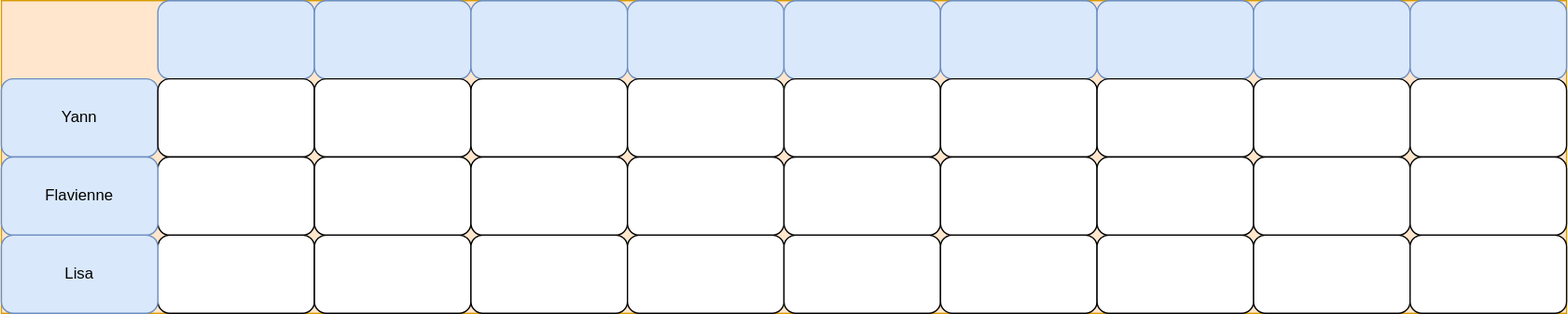
The draw.io diagram planning.svg in UchatOrg/guideline, before a commit. Source tidied: cells renumbered, new cells last; positions are measured from the earlier drawing's top-left corner, leaving out a move shared by most shapes.
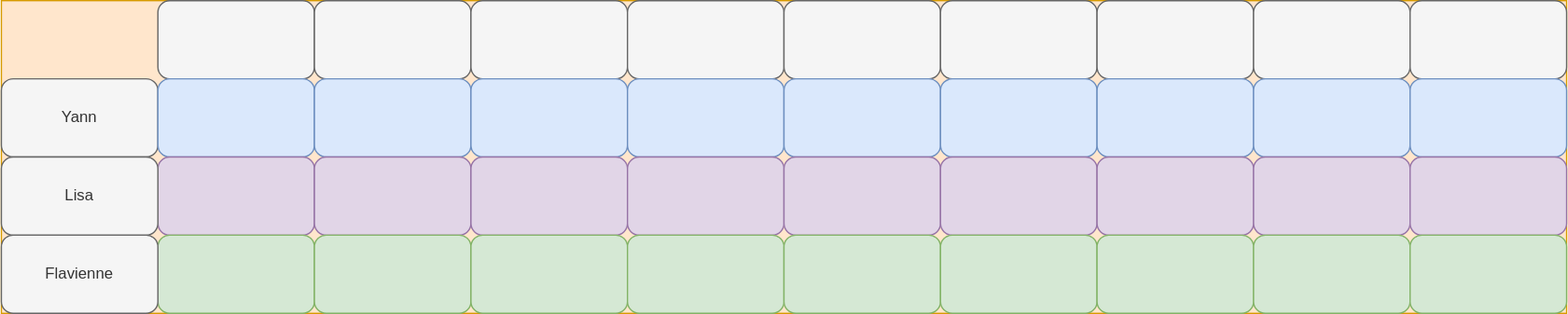
After the commit.

Change to the diagram source:
```diff
@@ -5,121 +5,121 @@
     <mxCell id="2" style="rounded=0;whiteSpace=wrap;html=1;fillColor=#ffe6cc;strokeColor=#d79b00;" parent="1" vertex="1">
       <mxGeometry width="1200" height="240" as="geometry" />
     </mxCell>
-    <mxCell id="3" style="rounded=1;whiteSpace=wrap;html=1;fillColor=#dae8fc;strokeColor=#6c8ebf;" parent="1" vertex="1">
+    <mxCell id="3" style="rounded=1;whiteSpace=wrap;html=1;fillColor=#f5f5f5;strokeColor=#666666;fontColor=#333333;" parent="1" vertex="1">
       <mxGeometry x="120" width="120" height="60" as="geometry" />
     </mxCell>
-    <mxCell id="4" style="rounded=1;whiteSpace=wrap;html=1;fillColor=#dae8fc;strokeColor=#6c8ebf;" parent="1" vertex="1">
+    <mxCell id="4" style="rounded=1;whiteSpace=wrap;html=1;fillColor=#f5f5f5;strokeColor=#666666;fontColor=#333333;" parent="1" vertex="1">
       <mxGeometry x="240" width="120" height="60" as="geometry" />
     </mxCell>
-    <mxCell id="5" style="rounded=1;whiteSpace=wrap;html=1;fillColor=#dae8fc;strokeColor=#6c8ebf;" parent="1" vertex="1">
+    <mxCell id="5" style="rounded=1;whiteSpace=wrap;html=1;fillColor=#f5f5f5;strokeColor=#666666;fontColor=#333333;" parent="1" vertex="1">
       <mxGeometry x="360" width="120" height="60" as="geometry" />
     </mxCell>
-    <mxCell id="6" style="rounded=1;whiteSpace=wrap;html=1;fillColor=#dae8fc;strokeColor=#6c8ebf;" parent="1" vertex="1">
+    <mxCell id="6" style="rounded=1;whiteSpace=wrap;html=1;fillColor=#f5f5f5;strokeColor=#666666;fontColor=#333333;" parent="1" vertex="1">
       <mxGeometry x="480" width="120" height="60" as="geometry" />
     </mxCell>
-    <mxCell id="7" style="rounded=1;whiteSpace=wrap;html=1;fillColor=#dae8fc;strokeColor=#6c8ebf;" parent="1" vertex="1">
+    <mxCell id="7" style="rounded=1;whiteSpace=wrap;html=1;fillColor=#f5f5f5;strokeColor=#666666;fontColor=#333333;" parent="1" vertex="1">
       <mxGeometry x="600" width="120" height="60" as="geometry" />
     </mxCell>
-    <mxCell id="8" value="Yann" style="rounded=1;whiteSpace=wrap;html=1;fillColor=#dae8fc;strokeColor=#6c8ebf;" parent="1" vertex="1">
+    <mxCell id="8" value="Yann" style="rounded=1;whiteSpace=wrap;html=1;fillColor=#f5f5f5;strokeColor=#666666;fontColor=#333333;" parent="1" vertex="1">
       <mxGeometry y="60" width="120" height="60" as="geometry" />
     </mxCell>
-    <mxCell id="9" style="rounded=1;whiteSpace=wrap;html=1;" parent="1" vertex="1">
+    <mxCell id="9" style="rounded=1;whiteSpace=wrap;html=1;fillColor=#dae8fc;strokeColor=#6c8ebf;" parent="1" vertex="1">
       <mxGeometry x="120" y="60" width="120" height="60" as="geometry" />
     </mxCell>
-    <mxCell id="10" style="rounded=1;whiteSpace=wrap;html=1;" parent="1" vertex="1">
+    <mxCell id="10" style="rounded=1;whiteSpace=wrap;html=1;fillColor=#dae8fc;strokeColor=#6c8ebf;" parent="1" vertex="1">
       <mxGeometry x="240" y="60" width="120" height="60" as="geometry" />
     </mxCell>
-    <mxCell id="11" style="rounded=1;whiteSpace=wrap;html=1;" parent="1" vertex="1">
+    <mxCell id="11" style="rounded=1;whiteSpace=wrap;html=1;fillColor=#dae8fc;strokeColor=#6c8ebf;" parent="1" vertex="1">
       <mxGeometry x="360" y="60" width="120" height="60" as="geometry" />
     </mxCell>
-    <mxCell id="12" style="rounded=1;whiteSpace=wrap;html=1;" parent="1" vertex="1">
+    <mxCell id="12" style="rounded=1;whiteSpace=wrap;html=1;fillColor=#dae8fc;strokeColor=#6c8ebf;" parent="1" vertex="1">
       <mxGeometry x="480" y="60" width="120" height="60" as="geometry" />
     </mxCell>
-    <mxCell id="13" style="rounded=1;whiteSpace=wrap;html=1;" parent="1" vertex="1">
+    <mxCell id="13" style="rounded=1;whiteSpace=wrap;html=1;fillColor=#e1d5e7;strokeColor=#9673a6;" parent="1" vertex="1">
       <mxGeometry x="120" y="120" width="120" height="60" as="geometry" />
     </mxCell>
-    <mxCell id="14" style="rounded=1;whiteSpace=wrap;html=1;" parent="1" vertex="1">
+    <mxCell id="14" style="rounded=1;whiteSpace=wrap;html=1;fillColor=#e1d5e7;strokeColor=#9673a6;" parent="1" vertex="1">
       <mxGeometry x="240" y="120" width="120" height="60" as="geometry" />
     </mxCell>
-    <mxCell id="15" style="rounded=1;whiteSpace=wrap;html=1;" parent="1" vertex="1">
+    <mxCell id="15" style="rounded=1;whiteSpace=wrap;html=1;fillColor=#d5e8d4;strokeColor=#82b366;" parent="1" vertex="1">
       <mxGeometry x="120" y="180" width="120" height="60" as="geometry" />
     </mxCell>
-    <mxCell id="16" style="rounded=1;whiteSpace=wrap;html=1;" parent="1" vertex="1">
+    <mxCell id="16" style="rounded=1;whiteSpace=wrap;html=1;fillColor=#d5e8d4;strokeColor=#82b366;" parent="1" vertex="1">
       <mxGeometry x="240" y="180" width="120" height="60" as="geometry" />
     </mxCell>
-    <mxCell id="17" style="rounded=1;whiteSpace=wrap;html=1;" parent="1" vertex="1">
+    <mxCell id="17" style="rounded=1;whiteSpace=wrap;html=1;fillColor=#dae8fc;strokeColor=#6c8ebf;" parent="1" vertex="1">
       <mxGeometry x="600" y="60" width="120" height="60" as="geometry" />
     </mxCell>
-    <mxCell id="18" value="Flavienne" style="rounded=1;whiteSpace=wrap;html=1;fillColor=#dae8fc;strokeColor=#6c8ebf;" parent="1" vertex="1">
+    <mxCell id="18" value="Lisa" style="rounded=1;whiteSpace=wrap;html=1;fillColor=#f5f5f5;strokeColor=#666666;fontColor=#333333;" parent="1" vertex="1">
       <mxGeometry y="120" width="120" height="60" as="geometry" />
     </mxCell>
-    <mxCell id="19" style="rounded=1;whiteSpace=wrap;html=1;" parent="1" vertex="1">
+    <mxCell id="19" style="rounded=1;whiteSpace=wrap;html=1;fillColor=#e1d5e7;strokeColor=#9673a6;" parent="1" vertex="1">
       <mxGeometry x="360" y="120" width="120" height="60" as="geometry" />
     </mxCell>
-    <mxCell id="20" style="rounded=1;whiteSpace=wrap;html=1;" parent="1" vertex="1">
+    <mxCell id="20" style="rounded=1;whiteSpace=wrap;html=1;fillColor=#e1d5e7;strokeColor=#9673a6;" parent="1" vertex="1">
       <mxGeometry x="480" y="120" width="120" height="60" as="geometry" />
     </mxCell>
-    <mxCell id="21" style="rounded=1;whiteSpace=wrap;html=1;" parent="1" vertex="1">
+    <mxCell id="21" style="rounded=1;whiteSpace=wrap;html=1;fillColor=#e1d5e7;strokeColor=#9673a6;" parent="1" vertex="1">
       <mxGeometry x="600" y="120" width="120" height="60" as="geometry" />
     </mxCell>
-    <mxCell id="22" style="rounded=1;whiteSpace=wrap;html=1;" parent="1" vertex="1">
+    <mxCell id="22" style="rounded=1;whiteSpace=wrap;html=1;fillColor=#d5e8d4;strokeColor=#82b366;" parent="1" vertex="1">
       <mxGeometry x="360" y="180" width="120" height="60" as="geometry" />
     </mxCell>
-    <mxCell id="23" style="rounded=1;whiteSpace=wrap;html=1;" parent="1" vertex="1">
+    <mxCell id="23" style="rounded=1;whiteSpace=wrap;html=1;fillColor=#d5e8d4;strokeColor=#82b366;" parent="1" vertex="1">
       <mxGeometry x="480" y="180" width="120" height="60" as="geometry" />
     </mxCell>
-    <mxCell id="24" style="rounded=1;whiteSpace=wrap;html=1;" parent="1" vertex="1">
+    <mxCell id="24" style="rounded=1;whiteSpace=wrap;html=1;fillColor=#d5e8d4;strokeColor=#82b366;" parent="1" vertex="1">
       <mxGeometry x="600" y="180" width="120" height="60" as="geometry" />
     </mxCell>
-    <mxCell id="25" value="Lisa" style="rounded=1;whiteSpace=wrap;html=1;fillColor=#dae8fc;strokeColor=#6c8ebf;" parent="1" vertex="1">
+    <mxCell id="25" value="Flavienne" style="rounded=1;whiteSpace=wrap;html=1;fillColor=#f5f5f5;strokeColor=#666666;fontColor=#333333;" parent="1" vertex="1">
       <mxGeometry y="180" width="120" height="60" as="geometry" />
     </mxCell>
-    <mxCell id="26" style="rounded=1;whiteSpace=wrap;html=1;fillColor=#dae8fc;strokeColor=#6c8ebf;" parent="1" vertex="1">
+    <mxCell id="26" style="rounded=1;whiteSpace=wrap;html=1;fillColor=#f5f5f5;strokeColor=#666666;fontColor=#333333;" parent="1" vertex="1">
       <mxGeometry x="720" width="120" height="60" as="geometry" />
     </mxCell>
-    <mxCell id="27" style="rounded=1;whiteSpace=wrap;html=1;" parent="1" vertex="1">
+    <mxCell id="27" style="rounded=1;whiteSpace=wrap;html=1;fillColor=#dae8fc;strokeColor=#6c8ebf;" parent="1" vertex="1">
       <mxGeometry x="720" y="60" width="120" height="60" as="geometry" />
     </mxCell>
-    <mxCell id="28" style="rounded=1;whiteSpace=wrap;html=1;" parent="1" vertex="1">
+    <mxCell id="28" style="rounded=1;whiteSpace=wrap;html=1;fillColor=#e1d5e7;strokeColor=#9673a6;" parent="1" vertex="1">
       <mxGeometry x="720" y="120" width="120" height="60" as="geometry" />
     </mxCell>
-    <mxCell id="29" style="rounded=1;whiteSpace=wrap;html=1;" parent="1" vertex="1">
+    <mxCell id="29" style="rounded=1;whiteSpace=wrap;html=1;fillColor=#d5e8d4;strokeColor=#82b366;" parent="1" vertex="1">
       <mxGeometry x="720" y="180" width="120" height="60" as="geometry" />
     </mxCell>
-    <mxCell id="30" style="rounded=1;whiteSpace=wrap;html=1;fillColor=#dae8fc;strokeColor=#6c8ebf;" parent="1" vertex="1">
+    <mxCell id="30" style="rounded=1;whiteSpace=wrap;html=1;fillColor=#f5f5f5;strokeColor=#666666;fontColor=#333333;" parent="1" vertex="1">
       <mxGeometry x="840" width="120" height="60" as="geometry" />
     </mxCell>
-    <mxCell id="31" style="rounded=1;whiteSpace=wrap;html=1;fillColor=#dae8fc;strokeColor=#6c8ebf;" parent="1" vertex="1">
+    <mxCell id="31" style="rounded=1;whiteSpace=wrap;html=1;fillColor=#f5f5f5;strokeColor=#666666;fontColor=#333333;" parent="1" vertex="1">
       <mxGeometry x="960" width="120" height="60" as="geometry" />
     </mxCell>
-    <mxCell id="32" style="rounded=1;whiteSpace=wrap;html=1;" parent="1" vertex="1">
+    <mxCell id="32" style="rounded=1;whiteSpace=wrap;html=1;strokeColor=#6c8ebf;fillColor=#dae8fc;" parent="1" vertex="1">
       <mxGeometry x="840" y="60" width="120" height="60" as="geometry" />
     </mxCell>
-    <mxCell id="33" style="rounded=1;whiteSpace=wrap;html=1;" parent="1" vertex="1">
+    <mxCell id="33" style="rounded=1;whiteSpace=wrap;html=1;strokeColor=#6c8ebf;fillColor=#dae8fc;" parent="1" vertex="1">
       <mxGeometry x="960" y="60" width="120" height="60" as="geometry" />
     </mxCell>
-    <mxCell id="34" style="rounded=1;whiteSpace=wrap;html=1;" parent="1" vertex="1">
+    <mxCell id="34" style="rounded=1;whiteSpace=wrap;html=1;fillColor=#e1d5e7;strokeColor=#9673a6;" parent="1" vertex="1">
       <mxGeometry x="840" y="120" width="120" height="60" as="geometry" />
     </mxCell>
-    <mxCell id="35" style="rounded=1;whiteSpace=wrap;html=1;" parent="1" vertex="1">
+    <mxCell id="35" style="rounded=1;whiteSpace=wrap;html=1;fillColor=#e1d5e7;strokeColor=#9673a6;" parent="1" vertex="1">
       <mxGeometry x="960" y="120" width="120" height="60" as="geometry" />
     </mxCell>
-    <mxCell id="36" style="rounded=1;whiteSpace=wrap;html=1;" parent="1" vertex="1">
+    <mxCell id="36" style="rounded=1;whiteSpace=wrap;html=1;fillColor=#d5e8d4;strokeColor=#82b366;" parent="1" vertex="1">
       <mxGeometry x="840" y="180" width="120" height="60" as="geometry" />
     </mxCell>
-    <mxCell id="37" style="rounded=1;whiteSpace=wrap;html=1;" parent="1" vertex="1">
+    <mxCell id="37" style="rounded=1;whiteSpace=wrap;html=1;fillColor=#d5e8d4;strokeColor=#82b366;" parent="1" vertex="1">
       <mxGeometry x="960" y="180" width="120" height="60" as="geometry" />
     </mxCell>
-    <mxCell id="38" style="rounded=1;whiteSpace=wrap;html=1;fillColor=#dae8fc;strokeColor=#6c8ebf;" parent="1" vertex="1">
+    <mxCell id="38" style="rounded=1;whiteSpace=wrap;html=1;fillColor=#f5f5f5;strokeColor=#666666;fontColor=#333333;" parent="1" vertex="1">
       <mxGeometry x="1080" width="120" height="60" as="geometry" />
     </mxCell>
-    <mxCell id="39" style="rounded=1;whiteSpace=wrap;html=1;" parent="1" vertex="1">
+    <mxCell id="39" style="rounded=1;whiteSpace=wrap;html=1;strokeColor=#6c8ebf;fillColor=#dae8fc;" parent="1" vertex="1">
       <mxGeometry x="1080" y="60" width="120" height="60" as="geometry" />
     </mxCell>
-    <mxCell id="40" style="rounded=1;whiteSpace=wrap;html=1;" parent="1" vertex="1">
+    <mxCell id="40" style="rounded=1;whiteSpace=wrap;html=1;fillColor=#e1d5e7;strokeColor=#9673a6;" parent="1" vertex="1">
       <mxGeometry x="1080" y="120" width="120" height="60" as="geometry" />
     </mxCell>
-    <mxCell id="41" style="rounded=1;whiteSpace=wrap;html=1;" parent="1" vertex="1">
+    <mxCell id="41" style="rounded=1;whiteSpace=wrap;html=1;fillColor=#d5e8d4;strokeColor=#82b366;" parent="1" vertex="1">
       <mxGeometry x="1080" y="180" width="120" height="60" as="geometry" />
     </mxCell>
   </root>
```
